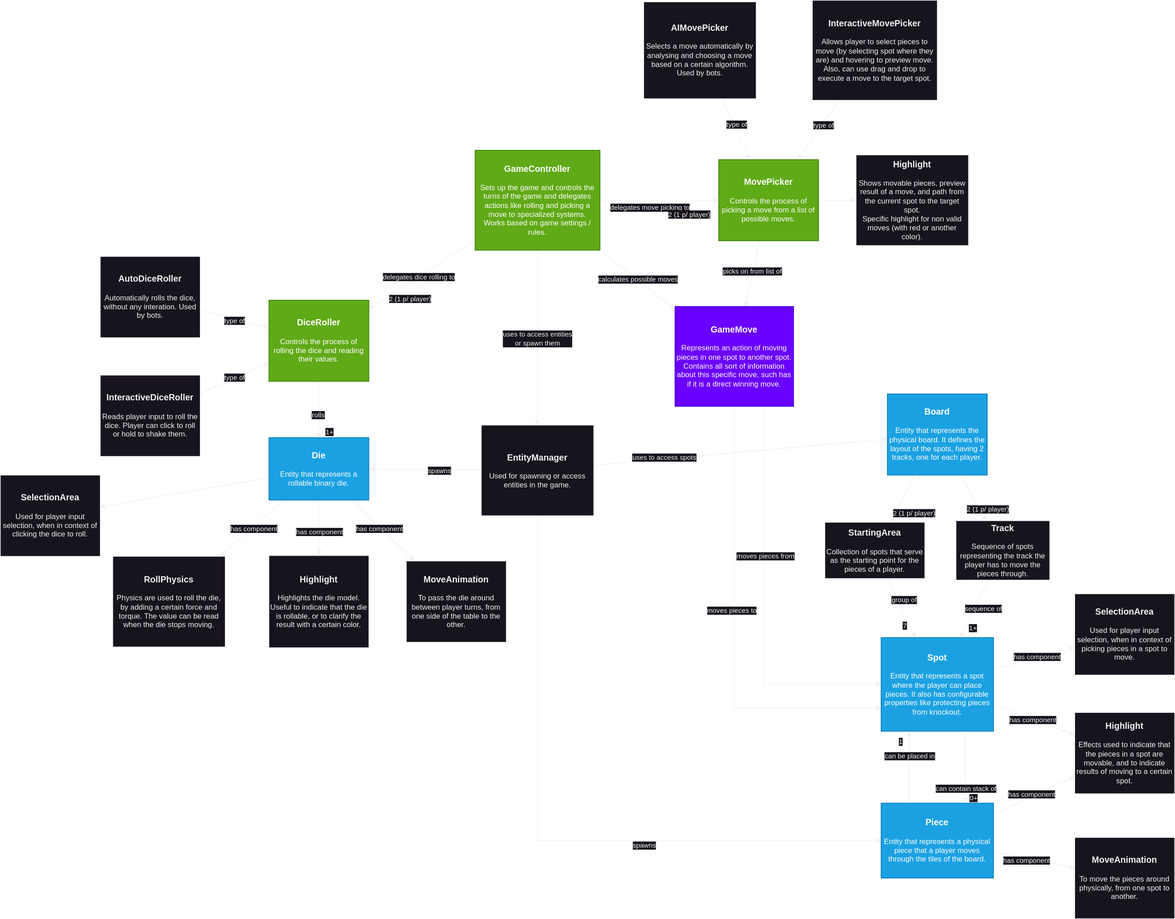
This is game_ur_core_diagram.svg from zemiguel20/RoyalGameOfUr, a draw.io export, as it was before one commit. Source tidied: cells renumbered, new cells last; positions are measured from the earlier drawing's top-left corner, leaving out a move shared by most shapes.
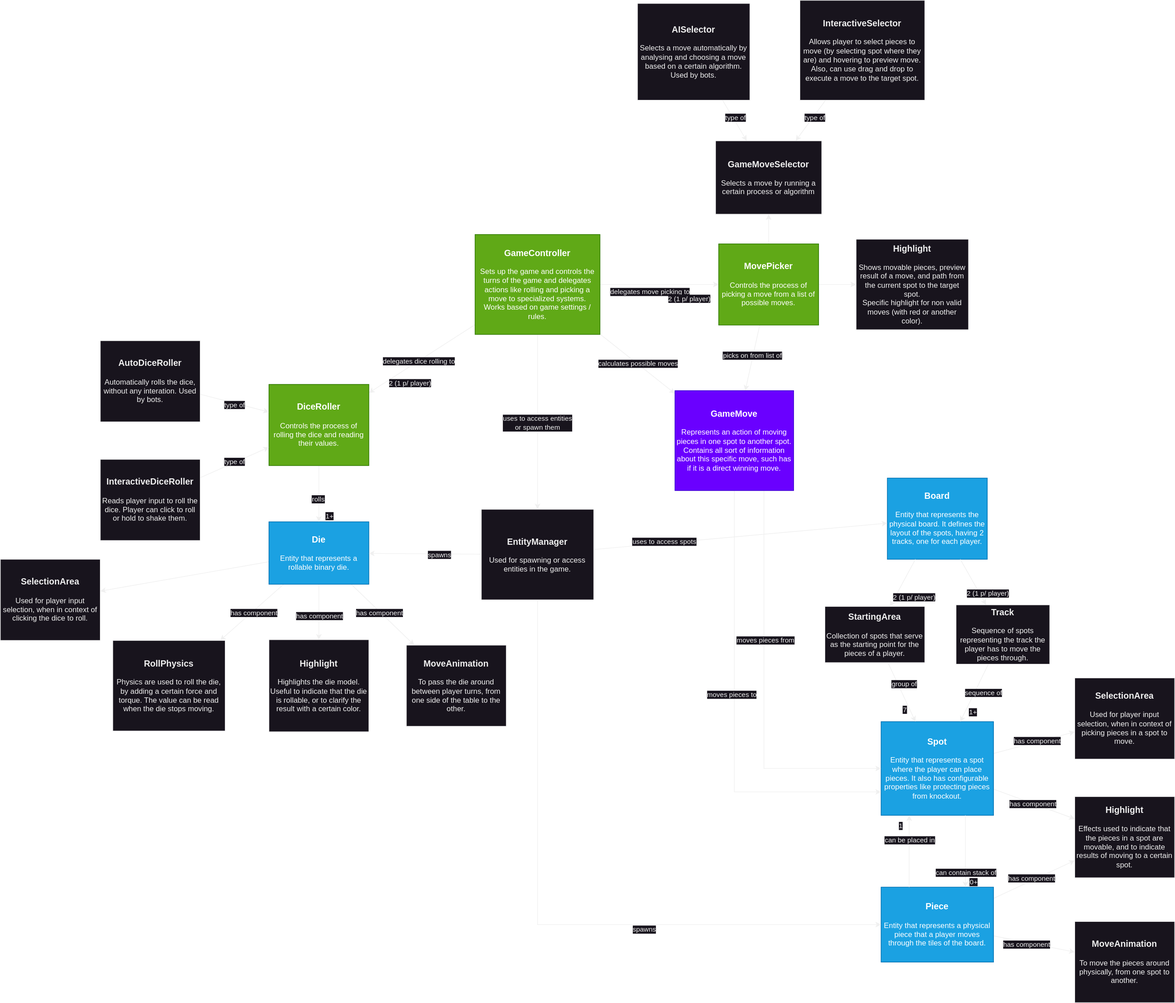
Above is the later version.

What changed in the source:
```diff
@@ -232,6 +232,9 @@
     <mxCell id="63" style="rounded=0;jettySize=auto;html=1;" parent="1" edge="1" source="64" target="82">
       <mxGeometry relative="1" as="geometry" />
     </mxCell>
+    <mxCell id="90" style="rounded=0;jettySize=auto;html=1;" parent="1" edge="1" source="64" target="91">
+      <mxGeometry relative="1" as="geometry" />
+    </mxCell>
     <mxCell id="64" value="&lt;div style=&quot;&quot;&gt;&lt;span style=&quot;font-size: 14px;&quot;&gt;&lt;b&gt;MovePicker&lt;/b&gt;&lt;/span&gt;&lt;/div&gt;&lt;div style=&quot;&quot;&gt;&lt;span style=&quot;background-color: initial;&quot;&gt;&lt;br&gt;&lt;/span&gt;&lt;/div&gt;&lt;div style=&quot;&quot;&gt;Controls the process of picking a move from a list of possible moves.&lt;/div&gt;" style="rounded=0;whiteSpace=wrap;html=1;align=center;verticalAlign=middle;fillColor=#60a917;fontColor=#ffffff;strokeColor=#2D7600;" parent="1" vertex="1">
       <mxGeometry x="1150" y="255" width="160" height="130" as="geometry" />
     </mxCell>
@@ -293,16 +296,16 @@
     <mxCell id="82" value="&lt;div style=&quot;&quot;&gt;&lt;span style=&quot;font-size: 14px;&quot;&gt;&lt;b&gt;Highlight&lt;/b&gt;&lt;/span&gt;&lt;/div&gt;&lt;div style=&quot;&quot;&gt;&lt;span style=&quot;background-color: initial;&quot;&gt;&lt;br&gt;&lt;/span&gt;&lt;/div&gt;&lt;div style=&quot;&quot;&gt;Shows movable pieces, preview result of a move, and path from the current spot to the target spot.&lt;/div&gt;&lt;div style=&quot;&quot;&gt;Specific highlight for non valid moves (with red or another color).&lt;/div&gt;" style="rounded=0;whiteSpace=wrap;html=1;align=center;verticalAlign=middle;" parent="1" vertex="1">
       <mxGeometry x="1370" y="247.5" width="180" height="145" as="geometry" />
     </mxCell>
-    <mxCell id="83" style="rounded=0;jettySize=auto;html=1;" parent="1" edge="1" source="85" target="64">
+    <mxCell id="83" style="rounded=0;jettySize=auto;html=1;" parent="1" edge="1" source="85" target="91">
       <mxGeometry relative="1" as="geometry" />
     </mxCell>
     <mxCell id="84" value="type of" style="edgeLabel;html=1;align=center;verticalAlign=middle;" parent="83" vertex="1">
       <mxGeometry x="-0.19" y="2" relative="1" as="geometry" />
     </mxCell>
-    <mxCell id="85" value="&lt;div style=&quot;&quot;&gt;&lt;span style=&quot;font-size: 14px;&quot;&gt;&lt;b&gt;InteractiveMovePicker&lt;/b&gt;&lt;/span&gt;&lt;/div&gt;&lt;div style=&quot;&quot;&gt;&lt;span style=&quot;background-color: initial;&quot;&gt;&lt;br&gt;&lt;/span&gt;&lt;/div&gt;&lt;div style=&quot;&quot;&gt;Allows player to select pieces to move (by selecting spot where they are) and hovering to preview move.&lt;/div&gt;&lt;div style=&quot;&quot;&gt;Also, can use drag and drop to execute a move to the target spot.&lt;/div&gt;" style="rounded=0;whiteSpace=wrap;html=1;align=center;verticalAlign=middle;" parent="1" vertex="1">
-      <mxGeometry x="1300" width="200" height="160" as="geometry" />
+    <mxCell id="85" value="&lt;div style=&quot;&quot;&gt;&lt;span style=&quot;font-size: 14px;&quot;&gt;&lt;b&gt;InteractiveSelector&lt;/b&gt;&lt;/span&gt;&lt;/div&gt;&lt;div style=&quot;&quot;&gt;&lt;span style=&quot;background-color: initial;&quot;&gt;&lt;br&gt;&lt;/span&gt;&lt;/div&gt;&lt;div style=&quot;&quot;&gt;Allows player to select pieces to move (by selecting spot where they are) and hovering to preview move.&lt;/div&gt;&lt;div style=&quot;&quot;&gt;Also, can use drag and drop to execute a move to the target spot.&lt;/div&gt;" style="rounded=0;whiteSpace=wrap;html=1;align=center;verticalAlign=middle;" parent="1" vertex="1">
+      <mxGeometry x="1280" y="-135" width="200" height="160" as="geometry" />
     </mxCell>
-    <mxCell id="86" style="rounded=0;jettySize=auto;html=1;" parent="1" edge="1" source="88" target="64">
+    <mxCell id="86" style="rounded=0;jettySize=auto;html=1;" parent="1" edge="1" source="88" target="91">
       <mxGeometry relative="1" as="geometry" />
     </mxCell>
     <mxCell id="87" value="type of" style="edgeLabel;html=1;align=center;verticalAlign=middle;" parent="86" vertex="1">
@@ -310,11 +313,14 @@
         <mxPoint y="1" as="offset" />
       </mxGeometry>
     </mxCell>
-    <mxCell id="88" value="&lt;div style=&quot;&quot;&gt;&lt;span style=&quot;font-size: 14px;&quot;&gt;&lt;b&gt;AIMovePicker&lt;/b&gt;&lt;/span&gt;&lt;/div&gt;&lt;div style=&quot;&quot;&gt;&lt;span style=&quot;background-color: initial;&quot;&gt;&lt;br&gt;&lt;/span&gt;&lt;/div&gt;&lt;div style=&quot;&quot;&gt;Selects a move automatically by analysing and choosing a move based on a certain algorithm. Used by bots.&lt;/div&gt;" style="rounded=0;whiteSpace=wrap;html=1;align=center;verticalAlign=middle;" parent="1" vertex="1">
-      <mxGeometry x="1030" y="2.5" width="180" height="155" as="geometry" />
+    <mxCell id="88" value="&lt;div style=&quot;&quot;&gt;&lt;span style=&quot;font-size: 14px;&quot;&gt;&lt;b&gt;AISelector&lt;/b&gt;&lt;/span&gt;&lt;/div&gt;&lt;div style=&quot;&quot;&gt;&lt;span style=&quot;background-color: initial;&quot;&gt;&lt;br&gt;&lt;/span&gt;&lt;/div&gt;&lt;div style=&quot;&quot;&gt;Selects a move automatically by analysing and choosing a move based on a certain algorithm. Used by bots.&lt;/div&gt;" style="rounded=0;whiteSpace=wrap;html=1;align=center;verticalAlign=middle;" parent="1" vertex="1">
+      <mxGeometry x="1020" y="-130" width="180" height="155" as="geometry" />
     </mxCell>
     <mxCell id="89" value="&lt;div style=&quot;&quot;&gt;&lt;span style=&quot;font-size: 14px;&quot;&gt;&lt;b&gt;SelectionArea&lt;/b&gt;&lt;/span&gt;&lt;/div&gt;&lt;div style=&quot;&quot;&gt;&lt;span style=&quot;background-color: initial;&quot;&gt;&lt;br&gt;&lt;/span&gt;&lt;/div&gt;&lt;div style=&quot;&quot;&gt;Used for player input selection, when in context of clicking the dice to roll.&lt;/div&gt;" style="rounded=0;whiteSpace=wrap;html=1;align=center;verticalAlign=middle;" parent="1" vertex="1">
       <mxGeometry y="760" width="160" height="130" as="geometry" />
     </mxCell>
+    <mxCell id="91" value="&lt;div style=&quot;&quot;&gt;&lt;span style=&quot;font-size: 14px;&quot;&gt;&lt;b&gt;GameMoveSelector&lt;/b&gt;&lt;/span&gt;&lt;/div&gt;&lt;div style=&quot;&quot;&gt;&lt;span style=&quot;background-color: initial;&quot;&gt;&lt;br&gt;&lt;/span&gt;&lt;/div&gt;&lt;div style=&quot;&quot;&gt;Selects a move by running a certain process or algorithm&lt;/div&gt;" style="rounded=0;whiteSpace=wrap;html=1;align=center;verticalAlign=middle;" parent="1" vertex="1">
+      <mxGeometry x="1145" y="90" width="170" height="117.5" as="geometry" />
+    </mxCell>
   </root>
 </mxGraphModel>
```
